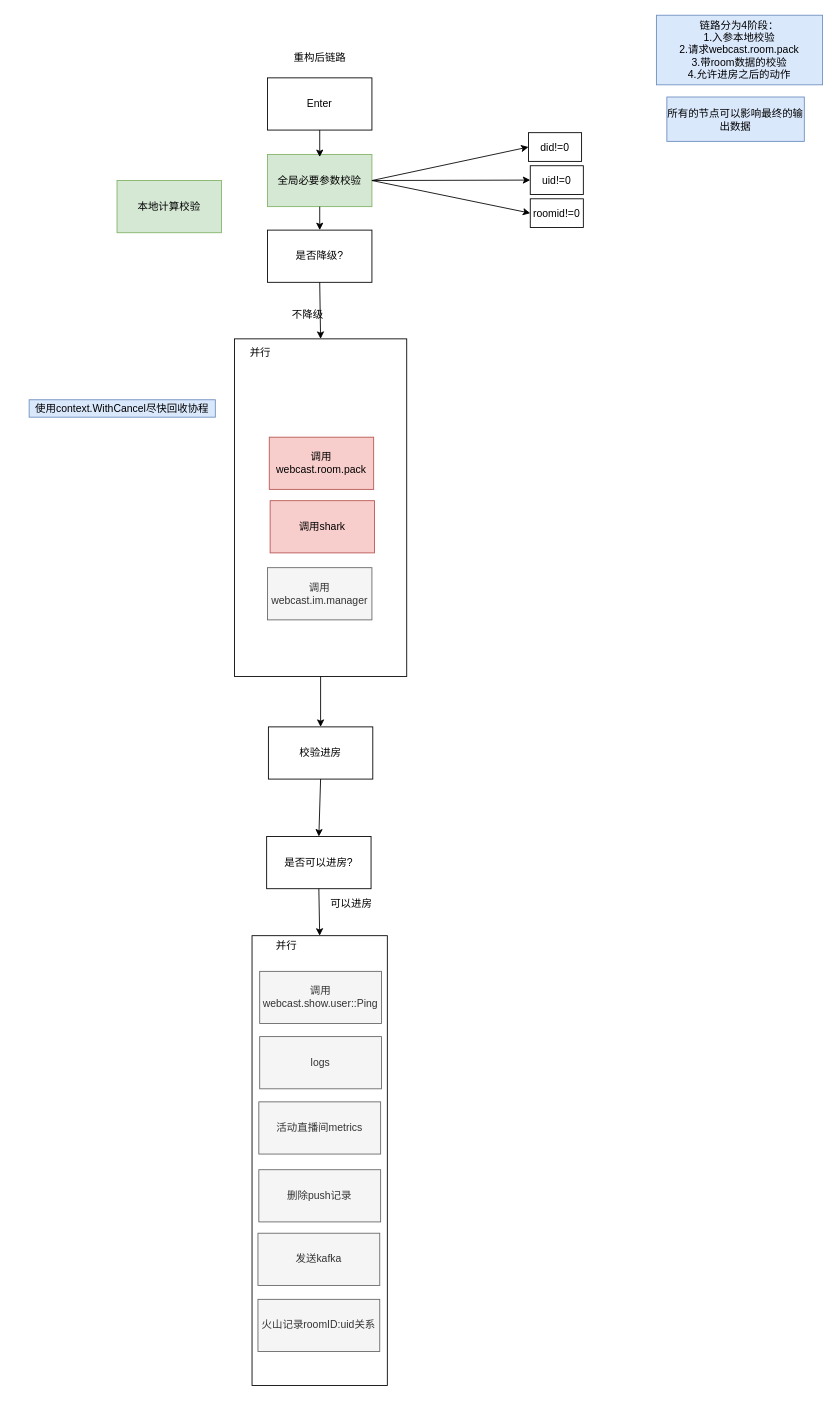
Above: page "refactor" (3 of 3) of room_enter.drawio in xhd2015/bog (draw.io), before the change. Source tidied: cells renumbered, new cells numbered last; positions are measured from the earlier drawing's top-left corner, leaving out a move shared by most shapes. Both pictures are drawn from the tidied source at 87%, with x=0, y=0 at pixel (29, 15).
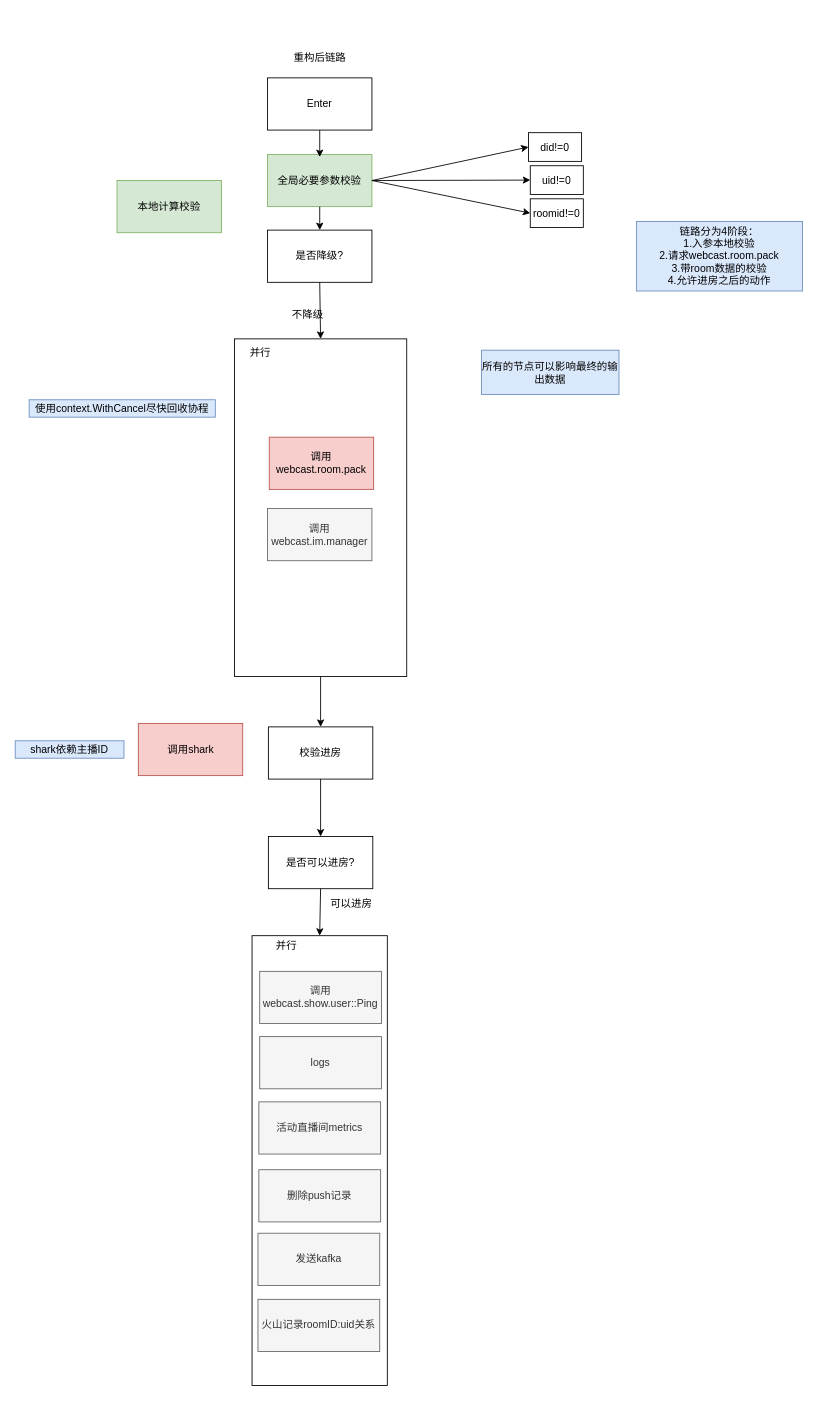
After the change.

Diff of the diagram source:
```diff
@@
     <mxCell id="20" value="是否可以进房?" style="rounded=0;whiteSpace=wrap;html=1;fillColor=#ffffff;" parent="1" vertex="1">
-      <mxGeometry x="273" y="944" width="120" height="60" as="geometry" />
+      <mxGeometry x="275" y="944" width="120" height="60" as="geometry" />
     </mxCell>
@@
     <mxCell id="26" value="链路分为4阶段：&lt;br&gt;1.入参本地校验&lt;br&gt;2.请求webcast.room.pack&lt;br&gt;3.带room数据的校验&lt;br&gt;4.允许进房之后的动作" style="text;html=1;strokeColor=#6c8ebf;fillColor=#dae8fc;align=center;verticalAlign=middle;whiteSpace=wrap;rounded=0;" parent="1" vertex="1">
-      <mxGeometry x="721" width="191" height="80" as="geometry" />
+      <mxGeometry x="698" y="237" width="191" height="80" as="geometry" />
     </mxCell>
     <mxCell id="27" value="调用shark" style="rounded=0;whiteSpace=wrap;html=1;fillColor=#f8cecc;strokeColor=#b85450;" parent="1" vertex="1">
-      <mxGeometry x="277" y="558" width="120" height="60" as="geometry" />
+      <mxGeometry x="125.5" y="814" width="120" height="60" as="geometry" />
     </mxCell>
     <mxCell id="28" value="所有的节点可以影响最终的输出数据" style="text;html=1;strokeColor=#6c8ebf;fillColor=#dae8fc;align=center;verticalAlign=middle;whiteSpace=wrap;rounded=0;" parent="1" vertex="1">
-      <mxGeometry x="733" y="94" width="158" height="51" as="geometry" />
+      <mxGeometry x="520" y="385" width="158" height="51" as="geometry" />
     </mxCell>
     <mxCell id="29" value="调用webcast.im.manager" style="rounded=0;whiteSpace=wrap;html=1;fillColor=#f5f5f5;strokeColor=#666666;fontColor=#333333;" parent="1" vertex="1">
-      <mxGeometry x="274" y="635" width="120" height="60" as="geometry" />
+      <mxGeometry x="274" y="567" width="120" height="60" as="geometry" />
     </mxCell>
@@
+    <mxCell id="39" value="shark依赖主播ID" style="text;html=1;strokeColor=#6c8ebf;fillColor=#dae8fc;align=center;verticalAlign=middle;whiteSpace=wrap;rounded=0;" parent="1" vertex="1">
+      <mxGeometry x="-16" y="834" width="125" height="20" as="geometry" />
+    </mxCell>
```
